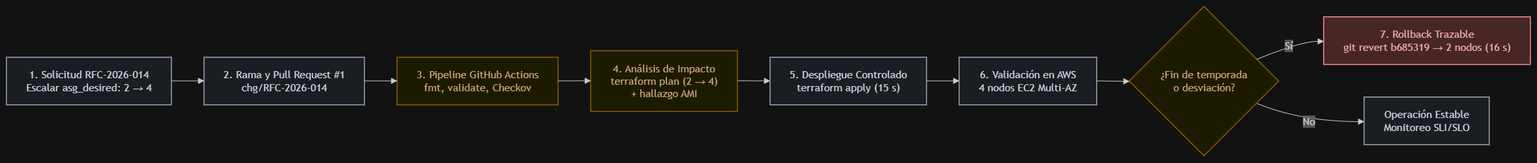
Above: diagrams/Flujo del cambio controlado.png in manubc2012/ecommerce-infra-iac (draw.io), before the change. Source tidied: cells renumbered, new cells last; positions are measured from the earlier drawing's top-left corner, leaving out a move shared by most shapes.
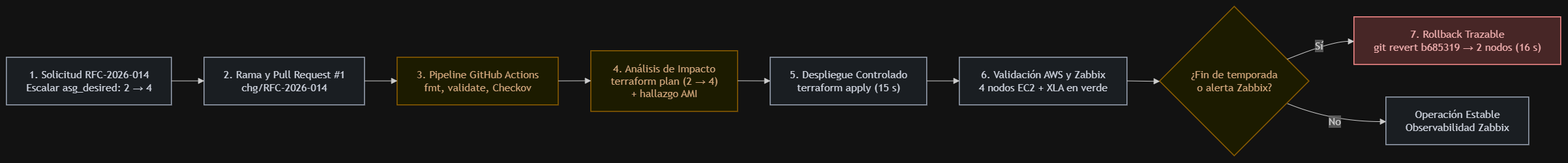
After the change.

Commit message:
feat(observability): [RFC-2026-018] incorporar Zabbix como plataforma centralizada de monitoreo y actualizar diagramas

Change to the diagram source:
```diff
@@ -20,18 +20,18 @@
     <mxCell id="7" value="5. Despliegue Controlado&#10;terraform apply (15 s)" style="html=1;whiteSpace=wrap;strokeWidth=1.5;fillColor=#edf2f7;strokeColor=#4a5568;fontColor=#1a202c;fontFamily=Trebuchet MS,Verdana,Arial,sans-serif;fontSize=16;" parent="2" vertex="1">
       <mxGeometry x="1201" y="108" width="240" height="73" as="geometry" />
     </mxCell>
-    <mxCell id="8" value="6. Validación en AWS&#10;4 nodos EC2 Multi-AZ" style="html=1;whiteSpace=wrap;strokeWidth=1.5;fillColor=#edf2f7;strokeColor=#4a5568;fontColor=#1a202c;fontFamily=Trebuchet MS,Verdana,Arial,sans-serif;fontSize=16;" parent="2" vertex="1">
-      <mxGeometry x="1491" y="108" width="211" height="73" as="geometry" />
-    </mxCell>
-    <mxCell id="9" value="¿Fin de temporada&#10;o desviación?" style="rhombus;html=1;strokeWidth=1.5;whiteSpace=wrap;fillColor=#fefcbf;strokeColor=#d69e2e;fontColor=#744210;fontFamily=Trebuchet MS,Verdana,Arial,sans-serif;fontSize=16;" parent="2" vertex="1">
-      <mxGeometry x="1752" y="30" width="229" height="229" as="geometry" />
-    </mxCell>
+    <mxCell id="20" value="6. Validación AWS y Zabbix&#10;4 nodos EC2 + XLA en verde" style="html=1;whiteSpace=wrap;strokeWidth=1.5;fillColor=#edf2f7;strokeColor=#4a5568;fontColor=#1a202c;fontFamily=Trebuchet MS,Verdana,Arial,sans-serif;fontSize=16;" parent="2" vertex="1">
+      <mxGeometry x="1491" y="108" width="257" height="73" as="geometry" />
+    </mxCell>
+    <mxCell id="21" value="¿Fin de temporada&#10;o alerta Zabbix?" style="rhombus;html=1;strokeWidth=1.5;whiteSpace=wrap;fillColor=#fefcbf;strokeColor=#d69e2e;fontColor=#744210;fontFamily=Trebuchet MS,Verdana,Arial,sans-serif;fontSize=16;" parent="2" vertex="1">
+      <mxGeometry x="1798" y="30" width="229" height="229" as="geometry" />
+    </mxCell>
     <mxCell id="10" value="7. Rollback Trazable&#10;git revert b685319 → 2 nodos (16 s)" style="html=1;whiteSpace=wrap;strokeWidth=1.5;fillColor=#fed7d7;strokeColor=#c53030;fontColor=#742a2a;fontFamily=Trebuchet MS,Verdana,Arial,sans-serif;fontSize=16;" parent="2" vertex="1">
-      <mxGeometry x="2050" y="46" width="317" height="73" as="geometry" />
+      <mxGeometry x="2096" y="46" width="317" height="73" as="geometry" />
     </mxCell>
-    <mxCell id="11" value="Operación Estable&#10;Monitoreo SLI/SLO" style="html=1;whiteSpace=wrap;strokeWidth=1.5;fillColor=#edf2f7;strokeColor=#4a5568;fontColor=#1a202c;fontFamily=Trebuchet MS,Verdana,Arial,sans-serif;fontSize=16;" parent="2" vertex="1">
-      <mxGeometry x="2112" y="169" width="192" height="73" as="geometry" />
-    </mxCell>
+    <mxCell id="22" value="Operación Estable&#10;Observabilidad Zabbix" style="html=1;whiteSpace=wrap;strokeWidth=1.5;fillColor=#edf2f7;strokeColor=#4a5568;fontColor=#1a202c;fontFamily=Trebuchet MS,Verdana,Arial,sans-serif;fontSize=16;" parent="2" vertex="1">
+      <mxGeometry x="2145" y="169" width="219" height="73" as="geometry" />
+    </mxCell>
     <mxCell id="12" style="curved=1;startArrow=none;endArrow=block;endSize=7;strokeColor=light-dark(#333333,#cccccc);exitX=1;exitY=0.49;entryX=0;entryY=0.49;rounded=0;fontSize=12;" parent="2" edge="1" source="3" target="4">
       <mxGeometry relative="1" as="geometry" />
     </mxCell>
@@ -44,23 +44,23 @@
     <mxCell id="15" style="curved=1;startArrow=none;endArrow=block;endSize=7;strokeColor=light-dark(#333333,#cccccc);exitX=1;exitY=0.49;entryX=0;entryY=0.49;rounded=0;fontSize=12;" parent="2" edge="1" source="6" target="7">
       <mxGeometry relative="1" as="geometry" />
     </mxCell>
-    <mxCell id="16" style="curved=1;startArrow=none;endArrow=block;endSize=7;strokeColor=light-dark(#333333,#cccccc);exitX=1;exitY=0.49;entryX=0;entryY=0.49;rounded=0;fontSize=12;" parent="2" edge="1" source="7" target="8">
-      <mxGeometry relative="1" as="geometry" />
-    </mxCell>
-    <mxCell id="17" style="curved=1;startArrow=none;endArrow=block;endSize=7;strokeColor=light-dark(#333333,#cccccc);exitX=1;exitY=0.49;entryX=0;entryY=0.5;rounded=0;fontSize=12;" parent="2" edge="1" source="8" target="9">
-      <mxGeometry relative="1" as="geometry" />
-    </mxCell>
+    <mxCell id="23" style="curved=1;startArrow=none;endArrow=block;endSize=7;strokeColor=light-dark(#333333,#cccccc);exitX=1;exitY=0.49;entryX=0;entryY=0.49;rounded=0;fontSize=12;" parent="2" edge="1" source="7" target="20">
+      <mxGeometry relative="1" as="geometry" />
+    </mxCell>
+    <mxCell id="24" style="curved=1;startArrow=none;endArrow=block;endSize=7;strokeColor=light-dark(#333333,#cccccc);exitX=1;exitY=0.49;entryX=0;entryY=0.5;rounded=0;fontSize=12;" parent="2" edge="1" source="20" target="21">
+      <mxGeometry relative="1" as="geometry" />
+    </mxCell>
-    <mxCell id="18" value="Sí" style="curved=1;startArrow=none;endArrow=block;endSize=7;strokeColor=light-dark(#333333,#cccccc);html=1;fontSize=16;labelBackgroundColor=light-dark(#E8E8E88D,#2a2a2a8D);fontFamily=Trebuchet MS,Verdana,Arial,sans-serif;fontColor=light-dark(#333333,#cccccc);exitX=1;exitY=0.29;entryX=0;entryY=0.51;rounded=0;" parent="2" edge="1" source="9" target="10">
+    <mxCell id="18" value="Sí" style="curved=1;startArrow=none;endArrow=block;endSize=7;strokeColor=light-dark(#333333,#cccccc);html=1;fontSize=16;labelBackgroundColor=light-dark(#E8E8E88D,#2a2a2a8D);fontFamily=Trebuchet MS,Verdana,Arial,sans-serif;fontColor=light-dark(#333333,#cccccc);exitX=1;exitY=0.29;entryX=0;entryY=0.51;rounded=0;" parent="2" edge="1" source="21" target="10">
       <mxGeometry relative="1" as="geometry">
         <Array as="points">
-          <mxPoint x="2015" y="83" />
+          <mxPoint x="2061" y="83" />
         </Array>
       </mxGeometry>
     </mxCell>
-    <mxCell id="19" value="No" style="curved=1;startArrow=none;endArrow=block;endSize=7;strokeColor=light-dark(#333333,#cccccc);html=1;fontSize=16;labelBackgroundColor=light-dark(#E8E8E88D,#2a2a2a8D);fontFamily=Trebuchet MS,Verdana,Arial,sans-serif;fontColor=light-dark(#333333,#cccccc);exitX=1;exitY=0.71;entryX=0;entryY=0.51;rounded=0;" parent="2" edge="1" source="9" target="11">
+    <mxCell id="19" value="No" style="curved=1;startArrow=none;endArrow=block;endSize=7;strokeColor=light-dark(#333333,#cccccc);html=1;fontSize=16;labelBackgroundColor=light-dark(#E8E8E88D,#2a2a2a8D);fontFamily=Trebuchet MS,Verdana,Arial,sans-serif;fontColor=light-dark(#333333,#cccccc);exitX=1;exitY=0.71;entryX=0;entryY=0.51;rounded=0;" parent="2" edge="1" source="21" target="22">
       <mxGeometry relative="1" as="geometry">
         <Array as="points">
-          <mxPoint x="2015" y="206" />
+          <mxPoint x="2061" y="206" />
         </Array>
       </mxGeometry>
     </mxCell>
```
